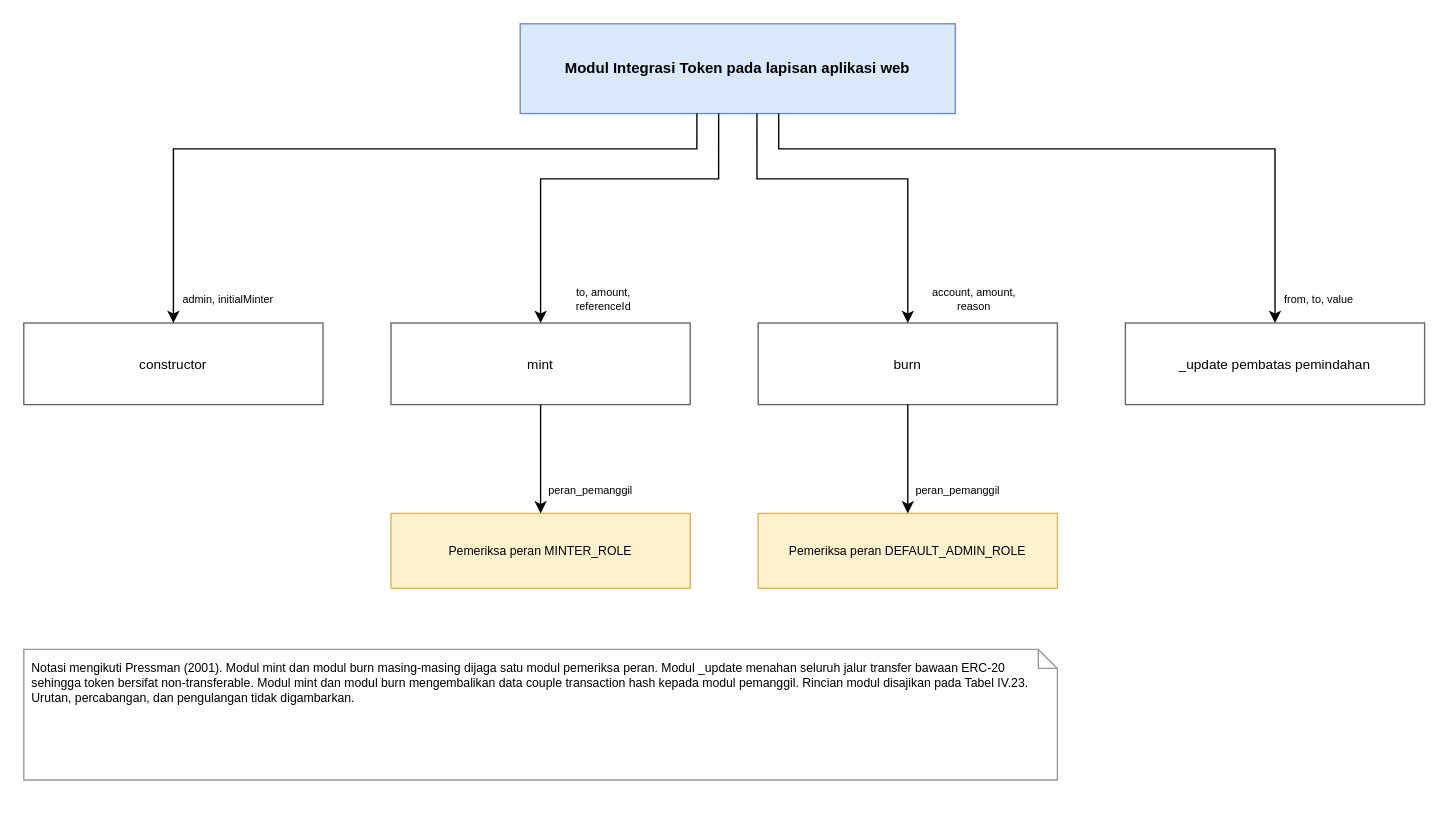
SandChik/TugasAkhir keeps this draw.io diagram as docs/diagram/IV-13-structure-chart-token.drawio. Above is the earlier version. Source tidied: cells renumbered, new cells numbered last; positions are measured from the earlier drawing's top-left corner, leaving out a move shared by most shapes. Both pictures are drawn from the tidied source at 136%, with x=0, y=0 at pixel (23, 23).
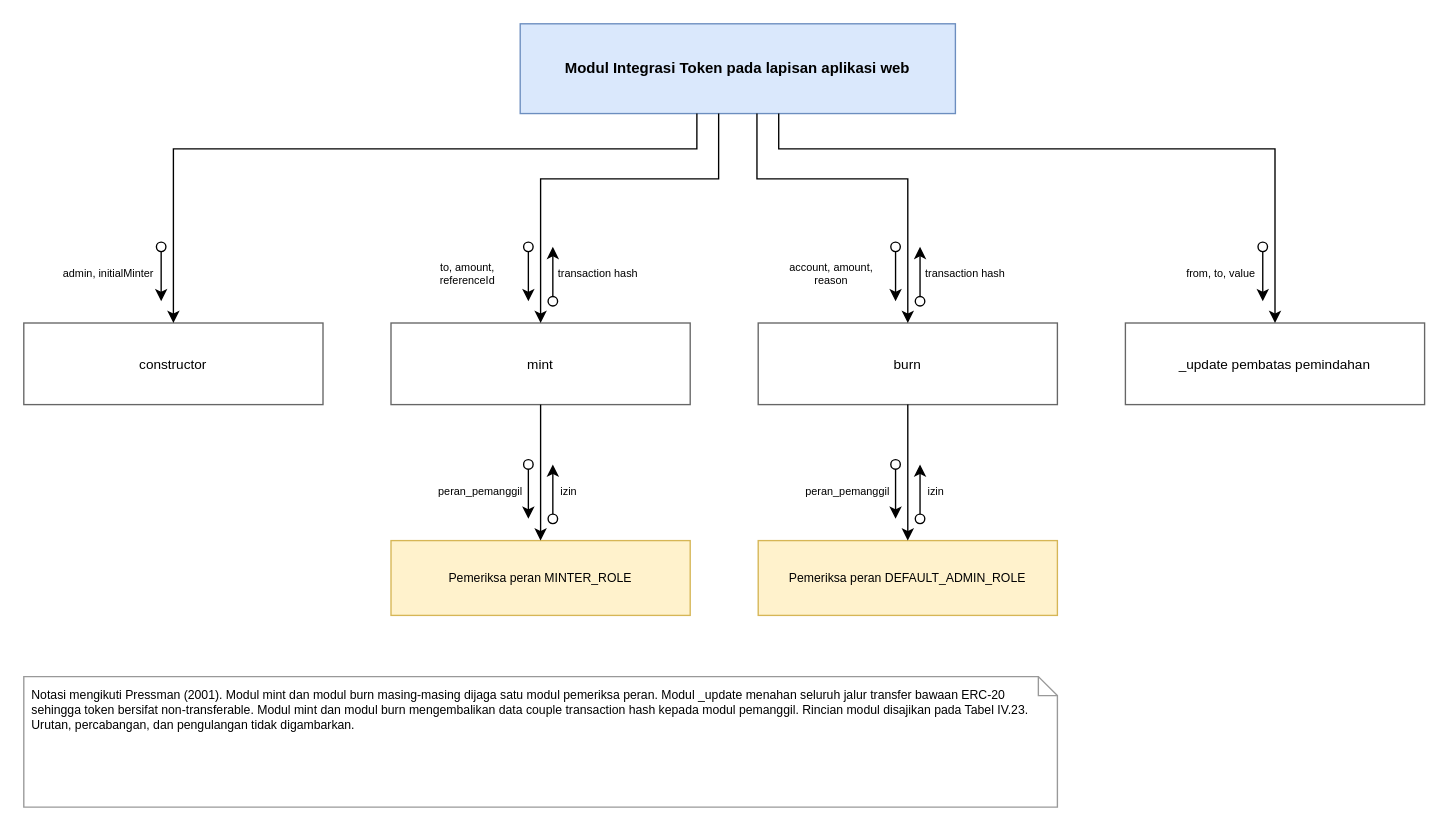
The same page after the edit.

Commit message (it also covers changes not shown here):
docs: simbol data couple pada structure chart sesuai Pressman (2001)

The change refers to these unchanged cells:
```xml
<mxCell id="2" value="Modul Integrasi Token pada lapisan aplikasi web" style="rounded=0;whiteSpace=wrap;html=1;fontSize=11;align=center;strokeColor=#6c8ebf;fillColor=#dae8fc;fontStyle=1;" parent="1" vertex="1">
  <mxGeometry x="365" width="320" height="66" as="geometry" />
</mxCell>
<mxCell id="5" value="burn" style="rounded=0;whiteSpace=wrap;html=1;fontSize=10;align=center;strokeColor=#666666;fillColor=#ffffff;" parent="1" vertex="1">
  <mxGeometry x="540" y="220" width="220" height="60" as="geometry" />
</mxCell>
<mxCell id="6" value="_update pembatas pemindahan" style="rounded=0;whiteSpace=wrap;html=1;fontSize=10;align=center;strokeColor=#666666;fillColor=#ffffff;" parent="1" vertex="1">
  <mxGeometry x="810" y="220" width="220" height="60" as="geometry" />
</mxCell>
```

Change to the diagram source:
```diff
@@
     <mxCell id="7" value="Pemeriksa peran MINTER_ROLE" style="rounded=0;whiteSpace=wrap;html=1;fontSize=9;align=center;strokeColor=#d6b656;fillColor=#fff2cc;" parent="1" vertex="1">
-      <mxGeometry x="270" y="360" width="220" height="55" as="geometry" />
+      <mxGeometry x="270" y="380" width="220" height="55" as="geometry" />
     </mxCell>
     <mxCell id="8" value="Pemeriksa peran DEFAULT_ADMIN_ROLE" style="rounded=0;whiteSpace=wrap;html=1;fontSize=9;align=center;strokeColor=#d6b656;fillColor=#fff2cc;" parent="1" vertex="1">
-      <mxGeometry x="540" y="360" width="220" height="55" as="geometry" />
+      <mxGeometry x="540" y="380" width="220" height="55" as="geometry" />
     </mxCell>
     <mxCell id="9" value="Notasi mengikuti Pressman (2001). Modul mint dan modul burn masing-masing dijaga satu modul pemeriksa peran. Modul _update menahan seluruh jalur transfer bawaan ERC-20 sehingga token bersifat non-transferable. Modul mint dan modul burn mengembalikan data couple transaction hash kepada modul pemanggil. Rincian modul disajikan pada Tabel IV.23. Urutan, percabangan, dan pengulangan tidak digambarkan." style="shape=note;size=14;verticalAlign=top;spacingLeft=4;spacingTop=2;whiteSpace=wrap;html=1;fontSize=9;align=left;strokeColor=#999999;fillColor=#ffffff;" parent="1" vertex="1">
-      <mxGeometry y="460" width="760" height="96" as="geometry" />
+      <mxGeometry y="480" width="760" height="96" as="geometry" />
     </mxCell>
@@
+    <mxCell id="22" style="edgeStyle=orthogonalEdgeStyle;rounded=0;html=1;strokeColor=#000000;endArrow=classic;startArrow=oval;startFill=0;startSize=7;" parent="1" edge="1">
+      <mxGeometry relative="1" as="geometry">
+        <mxPoint x="101" y="164" as="sourcePoint" />
+        <mxPoint x="101" y="204" as="targetPoint" />
+      </mxGeometry>
+    </mxCell>
@@
-    <mxCell id="12" style="edgeStyle=orthogonalEdgeStyle;rounded=0;html=1;strokeColor=#000000;endArrow=classic;startArrow=none;exitX=0.544;exitY=1.000;exitDx=0;exitDy=0;entryX=0.500;entryY=0.000;entryDx=0;entryDy=0;" parent="1" edge="1" source="2" target="5">
+    <mxCell id="12" style="edgeStyle=orthogonalEdgeStyle;rounded=0;html=1;strokeColor=#000000;endArrow=classic;startArrow=oval;startFill=0;startSize=7;" parent="1" edge="1">
       <mxGeometry relative="1" as="geometry">
-        <Array as="points">
-          <mxPoint x="539" y="114" />
-          <mxPoint x="650" y="114" />
-        </Array>
+        <mxPoint x="371" y="164" as="sourcePoint" />
+        <mxPoint x="371" y="204" as="targetPoint" />
       </mxGeometry>
     </mxCell>
-    <mxCell id="13" style="edgeStyle=orthogonalEdgeStyle;rounded=0;html=1;strokeColor=#000000;endArrow=classic;startArrow=none;exitX=0.594;exitY=1.000;exitDx=0;exitDy=0;entryX=0.500;entryY=0.000;entryDx=0;entryDy=0;" parent="1" edge="1" source="2" target="6">
+    <mxCell id="13" style="edgeStyle=orthogonalEdgeStyle;rounded=0;html=1;strokeColor=#000000;endArrow=classic;startArrow=oval;startFill=0;startSize=7;" parent="1" edge="1">
       <mxGeometry relative="1" as="geometry">
-        <Array as="points">
-          <mxPoint x="555" y="92" />
-          <mxPoint x="920" y="92" />
-        </Array>
+        <mxPoint x="389" y="204" as="sourcePoint" />
+        <mxPoint x="389" y="164" as="targetPoint" />
       </mxGeometry>
     </mxCell>
+    <mxCell id="23" style="edgeStyle=orthogonalEdgeStyle;rounded=0;html=1;strokeColor=#000000;endArrow=classic;startArrow=none;exitX=0.544;exitY=1.000;exitDx=0;exitDy=0;entryX=0.500;entryY=0.000;entryDx=0;entryDy=0;" parent="1" edge="1" source="2" target="5">
+      <mxGeometry relative="1" as="geometry">
+        <Array as="points">
+          <mxPoint x="539" y="114" />
+          <mxPoint x="650" y="114" />
+        </Array>
+      </mxGeometry>
+    </mxCell>
+    <mxCell id="24" style="edgeStyle=orthogonalEdgeStyle;rounded=0;html=1;strokeColor=#000000;endArrow=classic;startArrow=oval;startFill=0;startSize=7;" parent="1" edge="1">
+      <mxGeometry relative="1" as="geometry">
+        <mxPoint x="641" y="164" as="sourcePoint" />
+        <mxPoint x="641" y="204" as="targetPoint" />
+      </mxGeometry>
+    </mxCell>
+    <mxCell id="25" style="edgeStyle=orthogonalEdgeStyle;rounded=0;html=1;strokeColor=#000000;endArrow=classic;startArrow=oval;startFill=0;startSize=7;" parent="1" edge="1">
+      <mxGeometry relative="1" as="geometry">
+        <mxPoint x="659" y="204" as="sourcePoint" />
+        <mxPoint x="659" y="164" as="targetPoint" />
+      </mxGeometry>
+    </mxCell>
+    <mxCell id="26" style="edgeStyle=orthogonalEdgeStyle;rounded=0;html=1;strokeColor=#000000;endArrow=classic;startArrow=none;exitX=0.594;exitY=1.000;exitDx=0;exitDy=0;entryX=0.500;entryY=0.000;entryDx=0;entryDy=0;" parent="1" edge="1" source="2" target="6">
+      <mxGeometry relative="1" as="geometry">
+        <Array as="points">
+          <mxPoint x="555" y="92" />
+          <mxPoint x="920" y="92" />
+        </Array>
+      </mxGeometry>
+    </mxCell>
+    <mxCell id="27" style="edgeStyle=orthogonalEdgeStyle;rounded=0;html=1;strokeColor=#000000;endArrow=classic;startArrow=oval;startFill=0;startSize=7;" parent="1" edge="1">
+      <mxGeometry relative="1" as="geometry">
+        <mxPoint x="911" y="164" as="sourcePoint" />
+        <mxPoint x="911" y="204" as="targetPoint" />
+      </mxGeometry>
+    </mxCell>
@@
+    <mxCell id="28" style="edgeStyle=orthogonalEdgeStyle;rounded=0;html=1;strokeColor=#000000;endArrow=classic;startArrow=oval;startFill=0;startSize=7;" parent="1" edge="1">
+      <mxGeometry relative="1" as="geometry">
+        <mxPoint x="371" y="324" as="sourcePoint" />
+        <mxPoint x="371" y="364" as="targetPoint" />
+      </mxGeometry>
+    </mxCell>
+    <mxCell id="29" style="edgeStyle=orthogonalEdgeStyle;rounded=0;html=1;strokeColor=#000000;endArrow=classic;startArrow=oval;startFill=0;startSize=7;" parent="1" edge="1">
+      <mxGeometry relative="1" as="geometry">
+        <mxPoint x="389" y="364" as="sourcePoint" />
+        <mxPoint x="389" y="324" as="targetPoint" />
+      </mxGeometry>
+    </mxCell>
@@
+    <mxCell id="30" style="edgeStyle=orthogonalEdgeStyle;rounded=0;html=1;strokeColor=#000000;endArrow=classic;startArrow=oval;startFill=0;startSize=7;" parent="1" edge="1">
+      <mxGeometry relative="1" as="geometry">
+        <mxPoint x="641" y="324" as="sourcePoint" />
+        <mxPoint x="641" y="364" as="targetPoint" />
+      </mxGeometry>
+    </mxCell>
+    <mxCell id="31" style="edgeStyle=orthogonalEdgeStyle;rounded=0;html=1;strokeColor=#000000;endArrow=classic;startArrow=oval;startFill=0;startSize=7;" parent="1" edge="1">
+      <mxGeometry relative="1" as="geometry">
+        <mxPoint x="659" y="364" as="sourcePoint" />
+        <mxPoint x="659" y="324" as="targetPoint" />
+      </mxGeometry>
+    </mxCell>
     <mxCell id="16" value="admin, initialMinter" style="text;html=1;whiteSpace=wrap;fontSize=8;align=center;verticalAlign=middle;strokeColor=none;fillColor=#ffffff;" parent="1" vertex="1">
-      <mxGeometry x="115" y="197" width="71" height="12" as="geometry" />
+      <mxGeometry x="27" y="178" width="71" height="12" as="geometry" />
     </mxCell>
-    <mxCell id="17" value="to, amount, referenceId" style="text;html=1;whiteSpace=wrap;fontSize=8;align=center;verticalAlign=middle;strokeColor=none;fillColor=#ffffff;" parent="1" vertex="1">
-      <mxGeometry x="385" y="197" width="83" height="12" as="geometry" />
-    </mxCell>
-    <mxCell id="18" value="account, amount, reason" style="text;html=1;whiteSpace=wrap;fontSize=8;align=center;verticalAlign=middle;strokeColor=none;fillColor=#ffffff;" parent="1" vertex="1">
-      <mxGeometry x="655" y="197" width="88" height="12" as="geometry" />
+    <mxCell id="18" value="to, amount, referenceId" style="text;html=1;whiteSpace=wrap;fontSize=8;align=center;verticalAlign=middle;strokeColor=none;fillColor=#ffffff;" parent="1" vertex="1">
+      <mxGeometry x="285" y="178" width="83" height="12" as="geometry" />
     </mxCell>
-    <mxCell id="19" value="from, to, value" style="text;html=1;whiteSpace=wrap;fontSize=8;align=center;verticalAlign=middle;strokeColor=none;fillColor=#ffffff;" parent="1" vertex="1">
-      <mxGeometry x="925" y="197" width="55" height="12" as="geometry" />
+    <mxCell id="19" value="transaction hash" style="text;html=1;whiteSpace=wrap;fontSize=8;align=center;verticalAlign=middle;strokeColor=none;fillColor=#ffffff;" parent="1" vertex="1">
+      <mxGeometry x="392" y="178" width="61" height="12" as="geometry" />
     </mxCell>
-    <mxCell id="20" value="peran_pemanggil" style="text;html=1;whiteSpace=wrap;fontSize=8;align=center;verticalAlign=middle;strokeColor=none;fillColor=#ffffff;" parent="1" vertex="1">
-      <mxGeometry x="385" y="337" width="64" height="12" as="geometry" />
-    </mxCell>
-    <mxCell id="21" value="peran_pemanggil" style="text;html=1;whiteSpace=wrap;fontSize=8;align=center;verticalAlign=middle;strokeColor=none;fillColor=#ffffff;" parent="1" vertex="1">
-      <mxGeometry x="655" y="337" width="64" height="12" as="geometry" />
-    </mxCell>
+    <mxCell id="32" value="account, amount, reason" style="text;html=1;whiteSpace=wrap;fontSize=8;align=center;verticalAlign=middle;strokeColor=none;fillColor=#ffffff;" parent="1" vertex="1">
+      <mxGeometry x="550" y="178" width="88" height="12" as="geometry" />
+    </mxCell>
+    <mxCell id="33" value="transaction hash" style="text;html=1;whiteSpace=wrap;fontSize=8;align=center;verticalAlign=middle;strokeColor=none;fillColor=#ffffff;" parent="1" vertex="1">
+      <mxGeometry x="662" y="178" width="61" height="12" as="geometry" />
+    </mxCell>
+    <mxCell id="34" value="from, to, value" style="text;html=1;whiteSpace=wrap;fontSize=8;align=center;verticalAlign=middle;strokeColor=none;fillColor=#ffffff;" parent="1" vertex="1">
+      <mxGeometry x="853" y="178" width="55" height="12" as="geometry" />
+    </mxCell>
+    <mxCell id="35" value="peran_pemanggil" style="text;html=1;whiteSpace=wrap;fontSize=8;align=center;verticalAlign=middle;strokeColor=none;fillColor=#ffffff;" parent="1" vertex="1">
+      <mxGeometry x="304" y="338" width="64" height="12" as="geometry" />
+    </mxCell>
+    <mxCell id="36" value="izin" style="text;html=1;whiteSpace=wrap;fontSize=8;align=center;verticalAlign=middle;strokeColor=none;fillColor=#ffffff;" parent="1" vertex="1">
+      <mxGeometry x="392" y="338" width="18" height="12" as="geometry" />
+    </mxCell>
+    <mxCell id="37" value="peran_pemanggil" style="text;html=1;whiteSpace=wrap;fontSize=8;align=center;verticalAlign=middle;strokeColor=none;fillColor=#ffffff;" parent="1" vertex="1">
+      <mxGeometry x="574" y="338" width="64" height="12" as="geometry" />
+    </mxCell>
+    <mxCell id="38" value="izin" style="text;html=1;whiteSpace=wrap;fontSize=8;align=center;verticalAlign=middle;strokeColor=none;fillColor=#ffffff;" parent="1" vertex="1">
+      <mxGeometry x="662" y="338" width="18" height="12" as="geometry" />
+    </mxCell>
```
